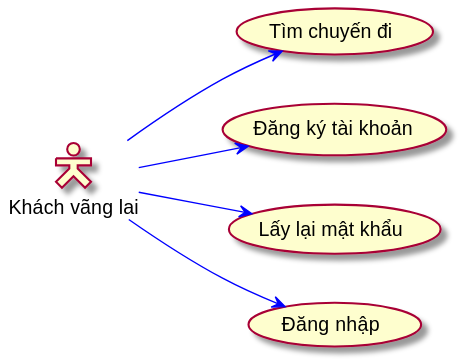
Above: Documents/working/Giap/usecases_and_flow_charts/guest_usecases.svg in tungdduy/funixCP (PlantUML), before the change.
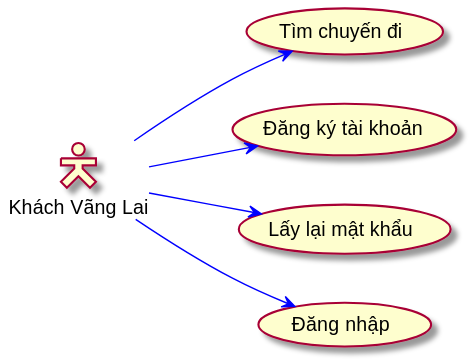
The same diagram one commit later.

What changed in the source:
```diff
@@ -1,7 +1,7 @@
 @startuml
 left to right direction
 skinparam actorStyle Hollow
-:Khách vãng lai: as g
+:Khách Vãng Lai: as g
 g --> (Tìm chuyến đi)#blue
 g --> (Đăng ký tài khoản)#blue
 g --> (Lấy lại mật khẩu)#blue
```
